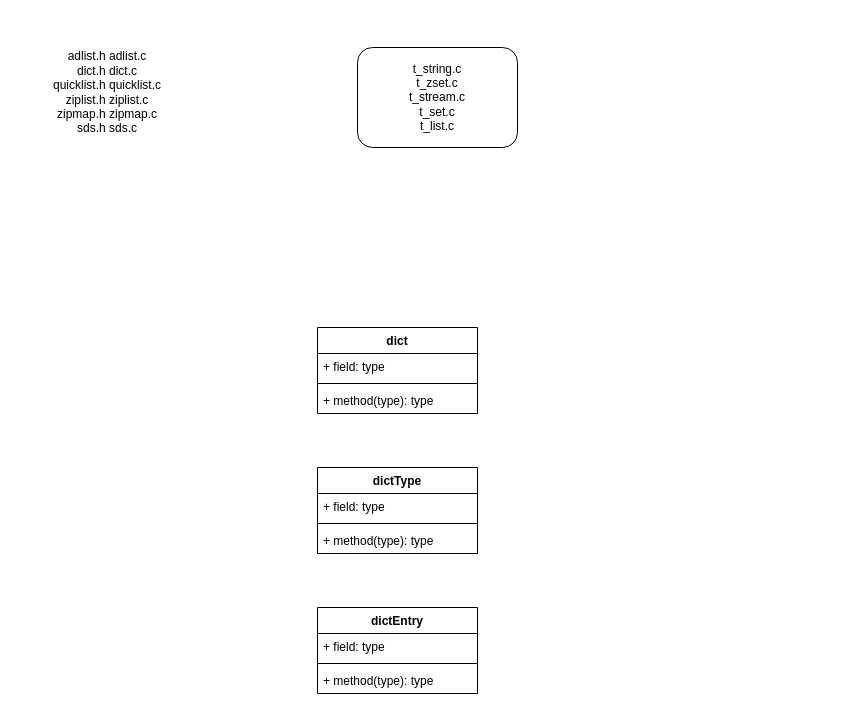
Before: page "ds & obj" (3 of 7) of redis.drawio in tadsimons/draw, a draw.io diagram. Source tidied: cells renumbered, new cells numbered last; positions are measured from the earlier drawing's top-left corner, leaving out a move shared by most shapes. Both pictures are drawn from the tidied source at 100%, with x=0, y=0 at pixel (17, 17).
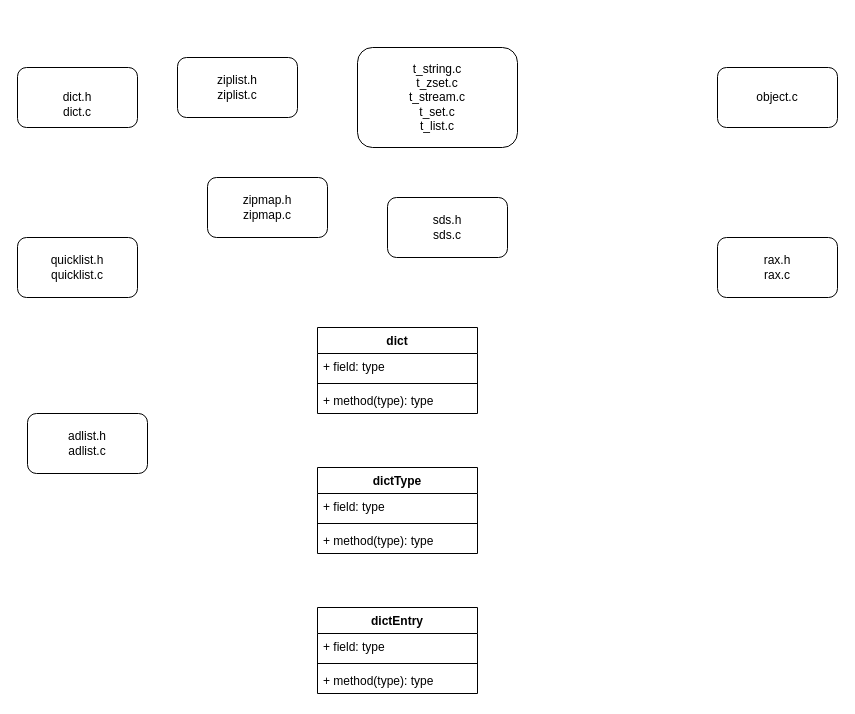
Above is the later version.

Change to the diagram source:
```diff
@@
-    <mxCell id="14" value="adlist.h adlist.c&lt;br&gt;dict.h dict.c&lt;br&gt;quicklist.h quicklist.c&lt;br&gt;ziplist.h ziplist.c&lt;br&gt;zipmap.h zipmap.c&lt;br&gt;sds.h sds.c" style="text;html=1;strokeColor=none;fillColor=none;align=center;verticalAlign=middle;whiteSpace=wrap;rounded=0;" parent="1" vertex="1">
-      <mxGeometry width="180" height="150" as="geometry" />
-    </mxCell>
@@
+    <mxCell id="16" value="object.c" style="rounded=1;whiteSpace=wrap;html=1;strokeColor=#000000;fillColor=#FFFFFF;" parent="1" vertex="1">
+      <mxGeometry x="700" y="50" width="120" height="60" as="geometry" />
+    </mxCell>
+    <mxCell id="17" value="rax.h&lt;br&gt;rax.c" style="rounded=1;whiteSpace=wrap;html=1;strokeColor=#000000;fillColor=#FFFFFF;" parent="1" vertex="1">
+      <mxGeometry x="700" y="220" width="120" height="60" as="geometry" />
+    </mxCell>
+    <mxCell id="18" value="&lt;span&gt;quicklist.h&lt;br&gt;quicklist.c&lt;/span&gt;" style="rounded=1;whiteSpace=wrap;html=1;strokeColor=#000000;fillColor=#FFFFFF;" parent="1" vertex="1">
+      <mxGeometry y="220" width="120" height="60" as="geometry" />
+    </mxCell>
+    <mxCell id="19" value="&lt;span&gt;adlist.h&lt;br&gt;adlist.c&lt;/span&gt;" style="rounded=1;whiteSpace=wrap;html=1;strokeColor=#000000;fillColor=#FFFFFF;" parent="1" vertex="1">
+      <mxGeometry x="10" y="396" width="120" height="60" as="geometry" />
+    </mxCell>
+    <mxCell id="20" value="&lt;span&gt;zipmap.h &lt;br&gt;zipmap.c&lt;/span&gt;" style="rounded=1;whiteSpace=wrap;html=1;strokeColor=#000000;fillColor=#FFFFFF;" parent="1" vertex="1">
+      <mxGeometry x="190" y="160" width="120" height="60" as="geometry" />
+    </mxCell>
+    <mxCell id="21" value="&lt;span&gt;sds.h &lt;br&gt;sds.c&lt;/span&gt;" style="rounded=1;whiteSpace=wrap;html=1;strokeColor=#000000;fillColor=#FFFFFF;" parent="1" vertex="1">
+      <mxGeometry x="370" y="180" width="120" height="60" as="geometry" />
+    </mxCell>
+    <mxCell id="22" value="&lt;span&gt;ziplist.h &lt;br&gt;ziplist.c&lt;/span&gt;" style="rounded=1;whiteSpace=wrap;html=1;strokeColor=#000000;fillColor=#FFFFFF;" parent="1" vertex="1">
+      <mxGeometry x="160" y="40" width="120" height="60" as="geometry" />
+    </mxCell>
+    <mxCell id="23" value="&lt;br&gt;&lt;span&gt;dict.h &lt;br&gt;dict.c&lt;/span&gt;" style="rounded=1;whiteSpace=wrap;html=1;strokeColor=#000000;fillColor=#FFFFFF;" parent="1" vertex="1">
+      <mxGeometry y="50" width="120" height="60" as="geometry" />
+    </mxCell>
```
